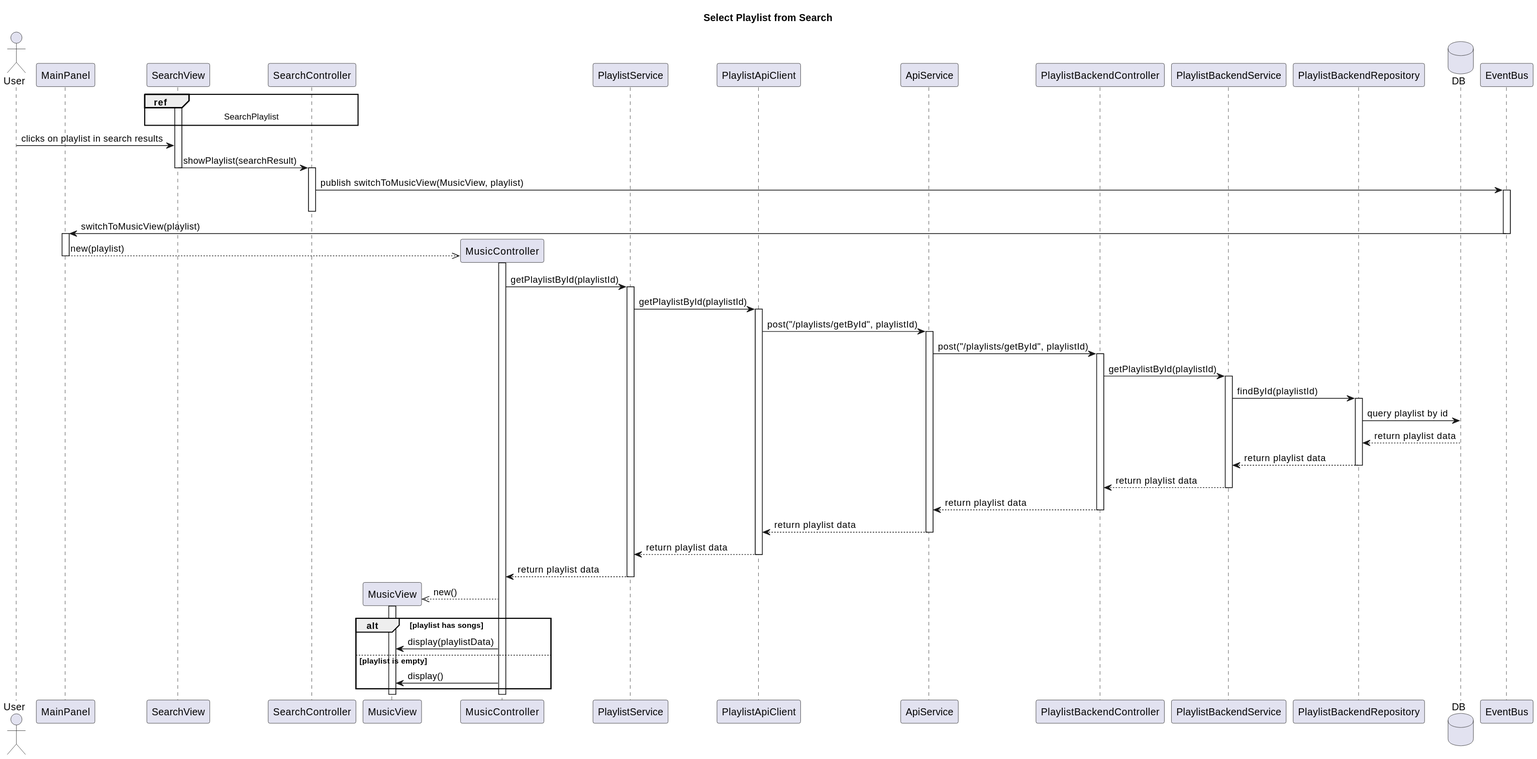
Earlier version of the PlantUML export Paradoteo_4/SequenceDiagrams-v0.3/SelectPlaylistFromSearch.svg (RubenKingCP/Tunix). The source it was exported from:
```plantuml
@startuml
title Select Playlist from Search

actor User

participant MainPanel
participant SearchView
participant SearchController
participant MusicView
participant MusicController
participant PlaylistService
participant PlaylistApiClient
participant ApiService
participant PlaylistBackendController
participant PlaylistBackendService
participant PlaylistBackendRepository

database DB

participant EventBus

ref over SearchView, SearchController
SearchPlaylist
end ref
activate SearchView
User -> SearchView : clicks on playlist in search results
SearchView -> SearchController : showPlaylist(searchResult)
deactivate SearchView
activate SearchController
SearchController -> EventBus : publish switchToMusicView(MusicView, playlist)
activate EventBus
deactivate SearchController
EventBus -> MainPanel : switchToMusicView(playlist)
deactivate EventBus
activate MainPanel
create MusicController
MainPanel -->> MusicController : new(playlist)
deactivate MainPanel
activate MusicController
MusicController -> PlaylistService : getPlaylistById(playlistId)
activate PlaylistService
PlaylistService -> PlaylistApiClient : getPlaylistById(playlistId)
activate PlaylistApiClient
PlaylistApiClient -> ApiService : post("/playlists/getById", playlistId)
activate ApiService
ApiService -> PlaylistBackendController : post("/playlists/getById", playlistId)
activate PlaylistBackendController
PlaylistBackendController -> PlaylistBackendService : getPlaylistById(playlistId)
activate PlaylistBackendService
PlaylistBackendService -> PlaylistBackendRepository : findById(playlistId)
activate PlaylistBackendRepository
PlaylistBackendRepository -> DB : query playlist by id
DB --> PlaylistBackendRepository : return playlist data
PlaylistBackendRepository --> PlaylistBackendService : return playlist data
deactivate PlaylistBackendRepository
PlaylistBackendService --> PlaylistBackendController : return playlist data
deactivate PlaylistBackendService
PlaylistBackendController --> ApiService : return playlist data
deactivate PlaylistBackendController
ApiService --> PlaylistApiClient : return playlist data
deactivate ApiService
PlaylistApiClient --> PlaylistService : return playlist data
deactivate PlaylistApiClient
PlaylistService --> MusicController : return playlist data
deactivate PlaylistService
create MusicView
MusicController -->> MusicView : new()
activate MusicView
alt playlist has songs
    MusicController -> MusicView : display(playlistData)
else playlist is empty
    MusicController -> MusicView : display()
end
@enduml
```
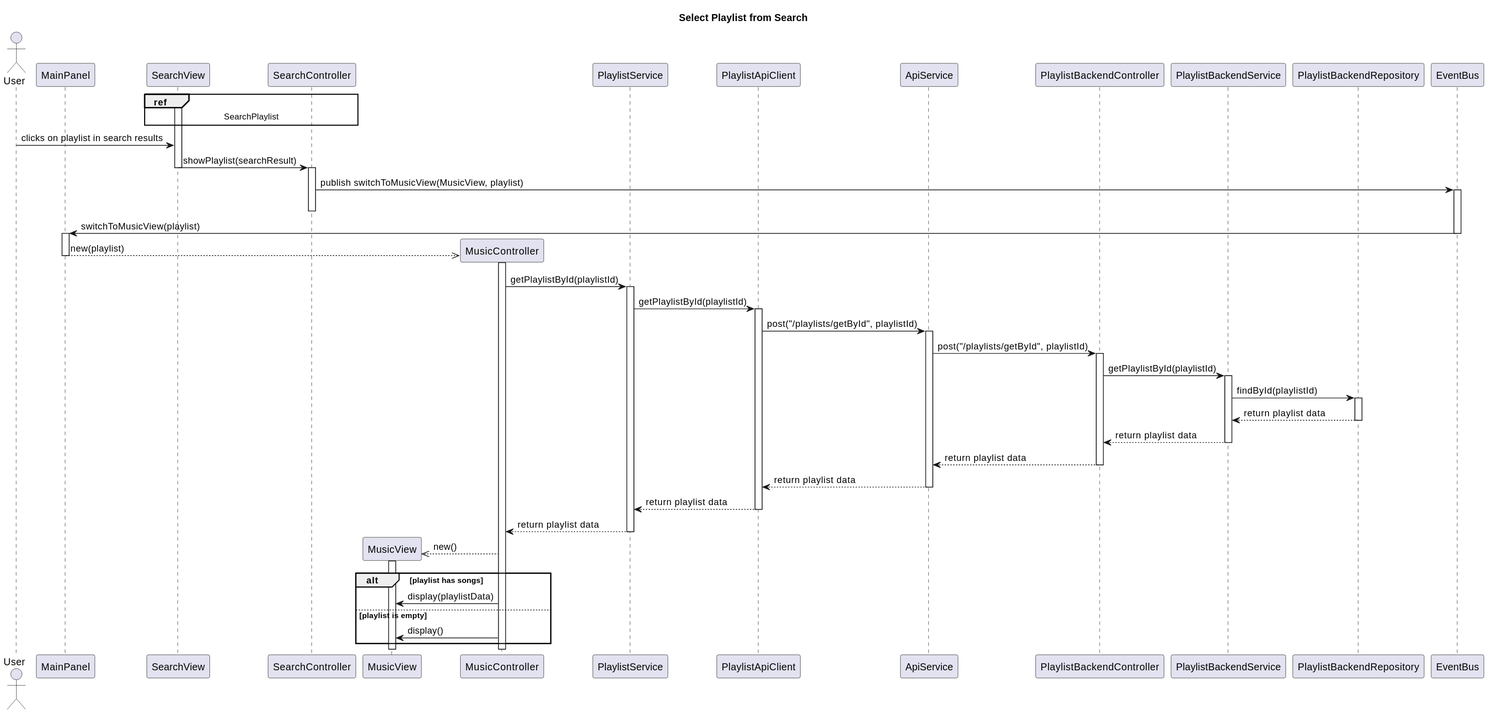
Above is the later version.

Change to the diagram source:
```diff
@@ -15,7 +15,6 @@
 participant PlaylistBackendService
 participant PlaylistBackendRepository
 
-database DB
 
 participant EventBus
 
@@ -49,8 +48,6 @@
 activate PlaylistBackendService
 PlaylistBackendService -> PlaylistBackendRepository : findById(playlistId)
 activate PlaylistBackendRepository
-PlaylistBackendRepository -> DB : query playlist by id
-DB --> PlaylistBackendRepository : return playlist data
 PlaylistBackendRepository --> PlaylistBackendService : return playlist data
 deactivate PlaylistBackendRepository
 PlaylistBackendService --> PlaylistBackendController : return playlist data
```
